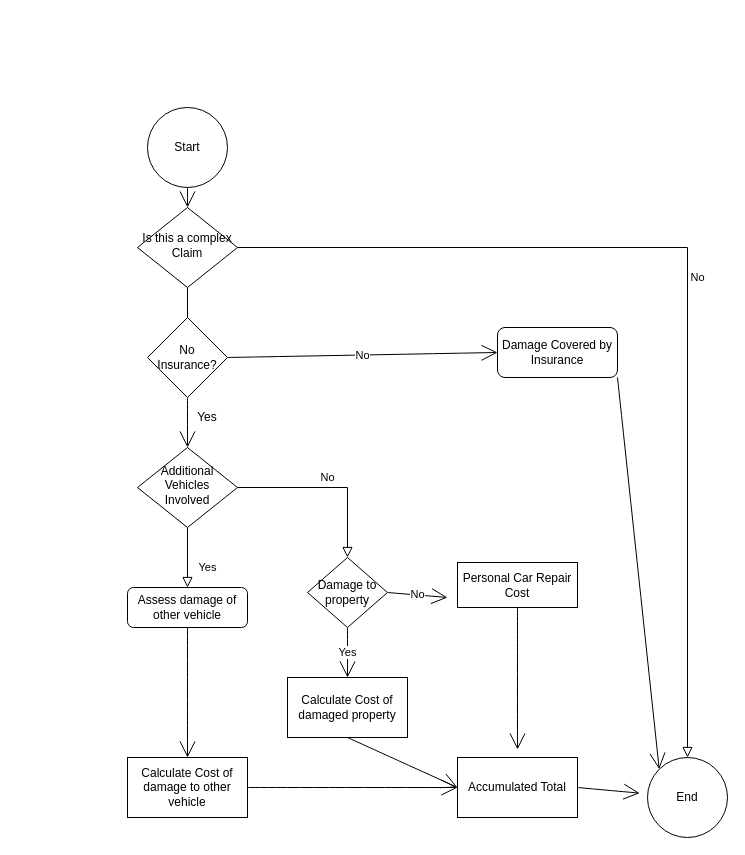
Darren-ODonnell/BusinessModellingDiagrams keeps this draw.io diagram as week1/Complex Claim Flow Chart.drawio. Above is the earlier version. Source tidied: cells renumbered, new cells numbered last; positions are measured from the earlier drawing's top-left corner, leaving out a move shared by most shapes. Both pictures are drawn from the tidied source at 100%, with x=0, y=0 at pixel (127, 107).
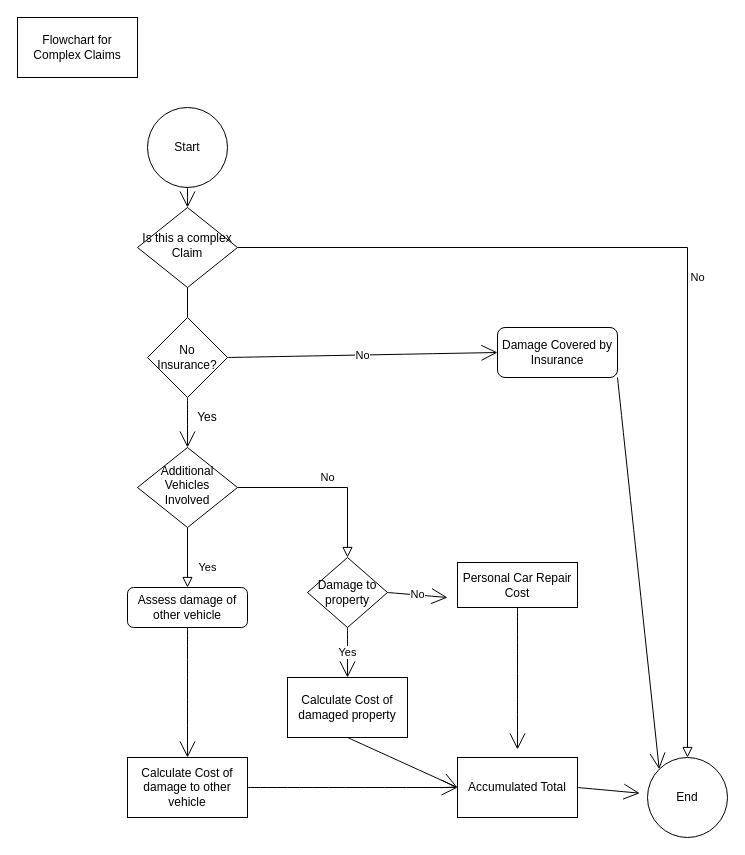
Above is the later version.

What changed in the source:
```diff
@@
+    <mxCell id="31" value="Flowchart for Complex Claims" style="rounded=0;whiteSpace=wrap;html=1;hachureGap=4;" parent="1" vertex="1">
+      <mxGeometry x="-110" y="-90" width="120" height="60" as="geometry" />
+    </mxCell>
```
